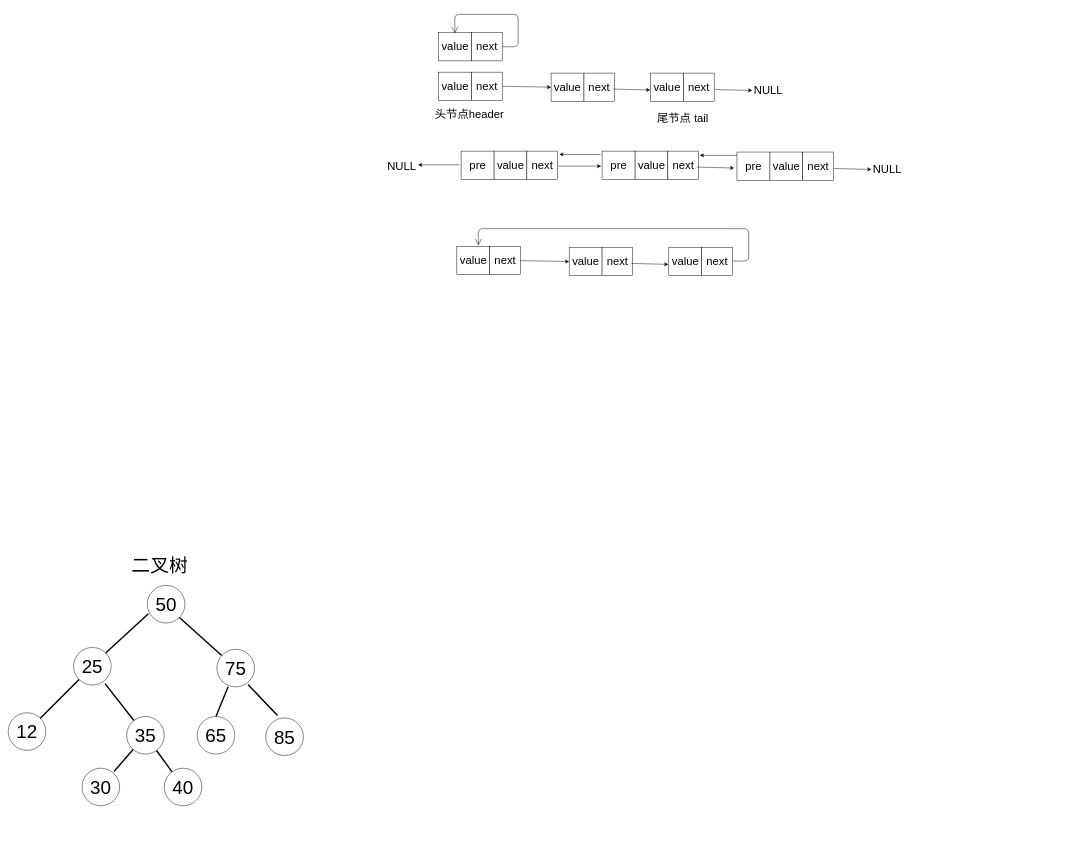
lgjlife/Java-Study keeps this draw.io diagram as pic/算法/struct.drawio. Above is the earlier version. Source tidied: cells renumbered, new cells numbered last; positions are measured from the earlier drawing's top-left corner, leaving out a move shared by most shapes. Both pictures are drawn from the tidied source at 47%, with x=0, y=0 at pixel (8, 14).
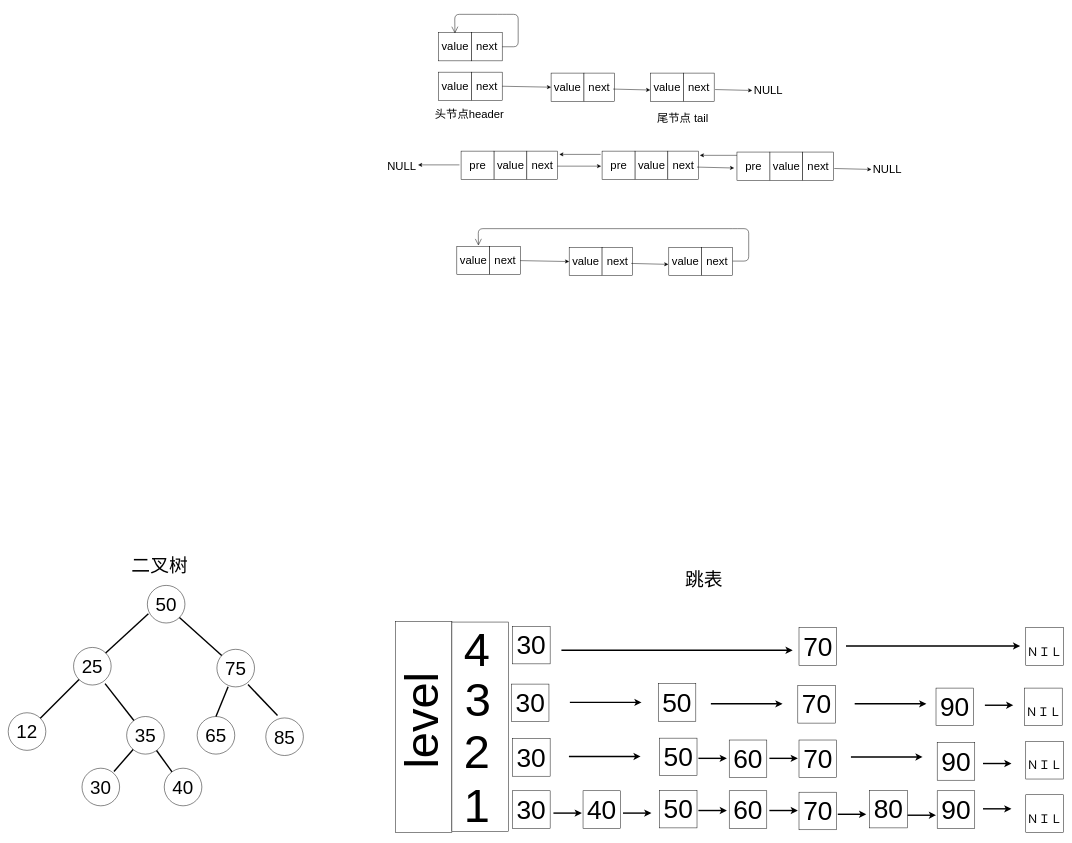
After the change.

The edit, as a diff of the source:
```diff
@@
+    <mxCell id="61" value="跳表" style="text;html=1;align=center;verticalAlign=middle;fontSize=40;fontColor=#000000;" parent="1" vertex="1">
+      <mxGeometry x="1435" y="1176" width="90" height="52" as="geometry" />
+    </mxCell>
+    <mxCell id="62" style="rounded=0;whiteSpace=wrap;html=1;strokeColor=#000000;fillColor=#FFFFFF;fontSize=40;fontColor=#000000;" parent="1" vertex="1">
+      <mxGeometry x="824" y="1291.5" width="120" height="449" as="geometry" />
+    </mxCell>
+    <mxCell id="63" value="level" style="text;html=1;align=center;verticalAlign=middle;fontSize=100;fontColor=#000000;rotation=-90;strokeWidth=9;" parent="1" vertex="1">
+      <mxGeometry x="771" y="1441" width="216" height="124" as="geometry" />
+    </mxCell>
+    <mxCell id="64" style="rounded=0;whiteSpace=wrap;html=1;strokeColor=#000000;fillColor=#FFFFFF;fontSize=40;fontColor=#000000;" parent="1" vertex="1">
+      <mxGeometry x="944" y="1293" width="120" height="446" as="geometry" />
+    </mxCell>
+    <mxCell id="65" value="1" style="text;html=1;align=center;verticalAlign=middle;fontSize=100;fontColor=#000000;" parent="1" vertex="1">
+      <mxGeometry x="964" y="1621" width="66" height="124" as="geometry" />
+    </mxCell>
+    <mxCell id="66" value="2" style="text;html=1;align=center;verticalAlign=middle;fontSize=100;fontColor=#000000;" parent="1" vertex="1">
+      <mxGeometry x="964" y="1507" width="66" height="124" as="geometry" />
+    </mxCell>
+    <mxCell id="67" value="3" style="text;html=1;align=center;verticalAlign=middle;fontSize=100;fontColor=#000000;" parent="1" vertex="1">
+      <mxGeometry x="966" y="1396" width="66" height="124" as="geometry" />
+    </mxCell>
+    <mxCell id="68" value="4" style="text;html=1;align=center;verticalAlign=middle;fontSize=100;fontColor=#000000;" parent="1" vertex="1">
+      <mxGeometry x="964" y="1290" width="66" height="124" as="geometry" />
+    </mxCell>
+    <mxCell id="69" value="30" style="whiteSpace=wrap;html=1;strokeColor=#000000;strokeWidth=1;fillColor=#FFFFFF;fontSize=56;fontColor=#000000;" parent="1" vertex="1">
+      <mxGeometry x="1073" y="1652" width="80" height="80" as="geometry" />
+    </mxCell>
+    <mxCell id="70" value="30" style="whiteSpace=wrap;html=1;strokeColor=#000000;strokeWidth=1;fillColor=#FFFFFF;fontSize=56;fontColor=#000000;" parent="1" vertex="1">
+      <mxGeometry x="1073" y="1302" width="80" height="80" as="geometry" />
+    </mxCell>
+    <mxCell id="71" value="30" style="whiteSpace=wrap;html=1;strokeColor=#000000;strokeWidth=1;fillColor=#FFFFFF;fontSize=56;fontColor=#000000;" parent="1" vertex="1">
+      <mxGeometry x="1070.5" y="1425" width="80" height="80" as="geometry" />
+    </mxCell>
+    <mxCell id="72" value="30" style="whiteSpace=wrap;html=1;strokeColor=#000000;strokeWidth=1;fillColor=#FFFFFF;fontSize=56;fontColor=#000000;" parent="1" vertex="1">
+      <mxGeometry x="1073" y="1541" width="80" height="80" as="geometry" />
+    </mxCell>
+    <mxCell id="73" value="40" style="whiteSpace=wrap;html=1;strokeColor=#000000;strokeWidth=1;fillColor=#FFFFFF;fontSize=56;fontColor=#000000;" parent="1" vertex="1">
+      <mxGeometry x="1223" y="1652" width="80" height="80" as="geometry" />
+    </mxCell>
+    <mxCell id="74" value="50" style="whiteSpace=wrap;html=1;strokeColor=#000000;strokeWidth=1;fillColor=#FFFFFF;fontSize=56;fontColor=#000000;" parent="1" vertex="1">
+      <mxGeometry x="1385.5" y="1651" width="80" height="80" as="geometry" />
+    </mxCell>
+    <mxCell id="75" value="50" style="whiteSpace=wrap;html=1;strokeColor=#000000;strokeWidth=1;fillColor=#FFFFFF;fontSize=56;fontColor=#000000;" parent="1" vertex="1">
+      <mxGeometry x="1383" y="1424" width="80" height="80" as="geometry" />
+    </mxCell>
+    <mxCell id="76" value="50" style="whiteSpace=wrap;html=1;strokeColor=#000000;strokeWidth=1;fillColor=#FFFFFF;fontSize=56;fontColor=#000000;" parent="1" vertex="1">
+      <mxGeometry x="1385.5" y="1540" width="80" height="80" as="geometry" />
+    </mxCell>
+    <mxCell id="77" value="70" style="whiteSpace=wrap;html=1;strokeColor=#000000;strokeWidth=1;fillColor=#FFFFFF;fontSize=56;fontColor=#000000;" parent="1" vertex="1">
+      <mxGeometry x="1682.5" y="1655" width="80" height="80" as="geometry" />
+    </mxCell>
+    <mxCell id="78" value="70" style="whiteSpace=wrap;html=1;strokeColor=#000000;strokeWidth=1;fillColor=#FFFFFF;fontSize=56;fontColor=#000000;" parent="1" vertex="1">
+      <mxGeometry x="1682.5" y="1305" width="80" height="80" as="geometry" />
+    </mxCell>
+    <mxCell id="79" value="70" style="whiteSpace=wrap;html=1;strokeColor=#000000;strokeWidth=1;fillColor=#FFFFFF;fontSize=56;fontColor=#000000;" parent="1" vertex="1">
+      <mxGeometry x="1680" y="1428" width="80" height="80" as="geometry" />
+    </mxCell>
+    <mxCell id="80" value="70" style="whiteSpace=wrap;html=1;strokeColor=#000000;strokeWidth=1;fillColor=#FFFFFF;fontSize=56;fontColor=#000000;" parent="1" vertex="1">
+      <mxGeometry x="1682.5" y="1544" width="80" height="80" as="geometry" />
+    </mxCell>
+    <mxCell id="81" value="90" style="whiteSpace=wrap;html=1;strokeColor=#000000;strokeWidth=1;fillColor=#FFFFFF;fontSize=56;fontColor=#000000;" parent="1" vertex="1">
+      <mxGeometry x="1976.5" y="1652" width="80" height="80" as="geometry" />
+    </mxCell>
+    <mxCell id="82" value="90" style="whiteSpace=wrap;html=1;strokeColor=#000000;strokeWidth=1;fillColor=#FFFFFF;fontSize=56;fontColor=#000000;" parent="1" vertex="1">
+      <mxGeometry x="1974" y="1433.5" width="80" height="80" as="geometry" />
+    </mxCell>
+    <mxCell id="83" value="90" style="whiteSpace=wrap;html=1;strokeColor=#000000;strokeWidth=1;fillColor=#FFFFFF;fontSize=56;fontColor=#000000;" parent="1" vertex="1">
+      <mxGeometry x="1976.5" y="1549.5" width="80" height="80" as="geometry" />
+    </mxCell>
+    <mxCell id="84" value="60" style="whiteSpace=wrap;html=1;strokeColor=#000000;strokeWidth=1;fillColor=#FFFFFF;fontSize=56;fontColor=#000000;" parent="1" vertex="1">
+      <mxGeometry x="1534" y="1652" width="80" height="80" as="geometry" />
+    </mxCell>
+    <mxCell id="85" value="80" style="whiteSpace=wrap;html=1;strokeColor=#000000;strokeWidth=1;fillColor=#FFFFFF;fontSize=56;fontColor=#000000;" parent="1" vertex="1">
+      <mxGeometry x="1833" y="1651" width="80" height="80" as="geometry" />
+    </mxCell>
+    <mxCell id="86" value="60" style="whiteSpace=wrap;html=1;strokeColor=#000000;strokeWidth=1;fillColor=#FFFFFF;fontSize=56;fontColor=#000000;" parent="1" vertex="1">
+      <mxGeometry x="1534" y="1544" width="80" height="80" as="geometry" />
+    </mxCell>
+    <mxCell id="87" value="&lt;font style=&quot;font-size: 25px&quot;&gt;ＮＩＬ&lt;/font&gt;" style="whiteSpace=wrap;html=1;strokeColor=#000000;strokeWidth=1;fillColor=#FFFFFF;fontSize=56;fontColor=#000000;" parent="1" vertex="1">
+      <mxGeometry x="2165" y="1305" width="80" height="80" as="geometry" />
+    </mxCell>
+    <mxCell id="88" value="&lt;font style=&quot;font-size: 25px&quot;&gt;ＮＩＬ&lt;/font&gt;" style="whiteSpace=wrap;html=1;strokeColor=#000000;strokeWidth=1;fillColor=#FFFFFF;fontSize=56;fontColor=#000000;" parent="1" vertex="1">
+      <mxGeometry x="2165" y="1547" width="80" height="80" as="geometry" />
+    </mxCell>
+    <mxCell id="89" value="&lt;font style=&quot;font-size: 25px&quot;&gt;ＮＩＬ&lt;/font&gt;" style="whiteSpace=wrap;html=1;strokeColor=#000000;strokeWidth=1;fillColor=#FFFFFF;fontSize=56;fontColor=#000000;" parent="1" vertex="1">
+      <mxGeometry x="2162.5" y="1433.5" width="80" height="80" as="geometry" />
+    </mxCell>
+    <mxCell id="90" value="&lt;font style=&quot;font-size: 25px&quot;&gt;ＮＩＬ&lt;/font&gt;" style="whiteSpace=wrap;html=1;strokeColor=#000000;strokeWidth=1;fillColor=#FFFFFF;fontSize=56;fontColor=#000000;" parent="1" vertex="1">
+      <mxGeometry x="2165" y="1660.5" width="80" height="80" as="geometry" />
+    </mxCell>
+    <mxCell id="91" style="endArrow=classic;html=1;strokeColor=#000000;strokeWidth=3;fontSize=56;fontColor=#000000;" parent="1" edge="1">
+      <mxGeometry relative="1" as="geometry">
+        <mxPoint x="1793" y="1580" as="sourcePoint" />
+        <mxPoint x="1945.5" y="1580" as="targetPoint" />
+      </mxGeometry>
+    </mxCell>
+    <mxCell id="92" style="endArrow=classic;html=1;strokeColor=#000000;strokeWidth=3;fontSize=56;fontColor=#000000;" parent="1" edge="1">
+      <mxGeometry relative="1" as="geometry">
+        <mxPoint x="2074" y="1690.4" as="sourcePoint" />
+        <mxPoint x="2134.5" y="1690.4" as="targetPoint" />
+      </mxGeometry>
+    </mxCell>
+    <mxCell id="93" style="endArrow=classic;html=1;strokeColor=#000000;strokeWidth=3;fontSize=56;fontColor=#000000;" parent="1" edge="1">
+      <mxGeometry relative="1" as="geometry">
+        <mxPoint x="1913.5" y="1704" as="sourcePoint" />
+        <mxPoint x="1974" y="1704" as="targetPoint" />
+      </mxGeometry>
+    </mxCell>
+    <mxCell id="94" style="endArrow=classic;html=1;strokeColor=#000000;strokeWidth=3;fontSize=56;fontColor=#000000;" parent="1" edge="1">
+      <mxGeometry relative="1" as="geometry">
+        <mxPoint x="1765" y="1702" as="sourcePoint" />
+        <mxPoint x="1825.5" y="1702" as="targetPoint" />
+      </mxGeometry>
+    </mxCell>
+    <mxCell id="95" style="endArrow=classic;html=1;strokeColor=#000000;strokeWidth=3;fontSize=56;fontColor=#000000;" parent="1" edge="1">
+      <mxGeometry relative="1" as="geometry">
+        <mxPoint x="1619.5" y="1694" as="sourcePoint" />
+        <mxPoint x="1680" y="1694" as="targetPoint" />
+      </mxGeometry>
+    </mxCell>
+    <mxCell id="96" style="endArrow=classic;html=1;strokeColor=#000000;strokeWidth=3;fontSize=56;fontColor=#000000;" parent="1" edge="1">
+      <mxGeometry relative="1" as="geometry">
+        <mxPoint x="1468.5" y="1694" as="sourcePoint" />
+        <mxPoint x="1529" y="1694" as="targetPoint" />
+      </mxGeometry>
+    </mxCell>
+    <mxCell id="97" style="endArrow=classic;html=1;strokeColor=#000000;strokeWidth=3;fontSize=56;fontColor=#000000;" parent="1" edge="1">
+      <mxGeometry relative="1" as="geometry">
+        <mxPoint x="1308" y="1699.5" as="sourcePoint" />
+        <mxPoint x="1368.5" y="1699.5" as="targetPoint" />
+      </mxGeometry>
+    </mxCell>
+    <mxCell id="98" style="endArrow=classic;html=1;strokeColor=#000000;strokeWidth=3;fontSize=56;fontColor=#000000;" parent="1" edge="1">
+      <mxGeometry relative="1" as="geometry">
+        <mxPoint x="1160" y="1699.5" as="sourcePoint" />
+        <mxPoint x="1220.5" y="1699.5" as="targetPoint" />
+      </mxGeometry>
+    </mxCell>
+    <mxCell id="99" style="endArrow=classic;html=1;strokeColor=#000000;strokeWidth=3;fontSize=56;fontColor=#000000;" parent="1" edge="1">
+      <mxGeometry relative="1" as="geometry">
+        <mxPoint x="1495" y="1467" as="sourcePoint" />
+        <mxPoint x="1647.5" y="1467" as="targetPoint" />
+      </mxGeometry>
+    </mxCell>
+    <mxCell id="100" style="endArrow=classic;html=1;strokeColor=#000000;strokeWidth=3;fontSize=56;fontColor=#000000;" parent="1" edge="1">
+      <mxGeometry relative="1" as="geometry">
+        <mxPoint x="1195" y="1464" as="sourcePoint" />
+        <mxPoint x="1347.5" y="1464" as="targetPoint" />
+      </mxGeometry>
+    </mxCell>
+    <mxCell id="101" style="endArrow=classic;html=1;strokeColor=#000000;strokeWidth=3;fontSize=56;fontColor=#000000;" parent="1" edge="1">
+      <mxGeometry relative="1" as="geometry">
+        <mxPoint x="1193" y="1579" as="sourcePoint" />
+        <mxPoint x="1345.5" y="1579" as="targetPoint" />
+      </mxGeometry>
+    </mxCell>
+    <mxCell id="102" style="endArrow=classic;html=1;strokeColor=#000000;strokeWidth=3;fontSize=56;fontColor=#000000;" parent="1" edge="1">
+      <mxGeometry relative="1" as="geometry">
+        <mxPoint x="1177" y="1353" as="sourcePoint" />
+        <mxPoint x="1669" y="1353" as="targetPoint" />
+      </mxGeometry>
+    </mxCell>
+    <mxCell id="103" style="endArrow=classic;html=1;strokeColor=#000000;strokeWidth=3;fontSize=56;fontColor=#000000;" parent="1" edge="1">
+      <mxGeometry relative="1" as="geometry">
+        <mxPoint x="1801" y="1467" as="sourcePoint" />
+        <mxPoint x="1953.5" y="1467" as="targetPoint" />
+      </mxGeometry>
+    </mxCell>
+    <mxCell id="104" style="endArrow=classic;html=1;strokeColor=#000000;strokeWidth=3;fontSize=56;fontColor=#000000;" parent="1" edge="1">
+      <mxGeometry relative="1" as="geometry">
+        <mxPoint x="1782.5" y="1344" as="sourcePoint" />
+        <mxPoint x="2153" y="1344" as="targetPoint" />
+      </mxGeometry>
+    </mxCell>
+    <mxCell id="105" style="endArrow=classic;html=1;strokeColor=#000000;strokeWidth=3;fontSize=56;fontColor=#000000;" parent="1" edge="1">
+      <mxGeometry relative="1" as="geometry">
+        <mxPoint x="1619.5" y="1583" as="sourcePoint" />
+        <mxPoint x="1680" y="1583" as="targetPoint" />
+      </mxGeometry>
+    </mxCell>
+    <mxCell id="106" style="endArrow=classic;html=1;strokeColor=#000000;strokeWidth=3;fontSize=56;fontColor=#000000;" parent="1" edge="1">
+      <mxGeometry relative="1" as="geometry">
+        <mxPoint x="2078" y="1470" as="sourcePoint" />
+        <mxPoint x="2138.5" y="1470" as="targetPoint" />
+      </mxGeometry>
+    </mxCell>
+    <mxCell id="107" style="endArrow=classic;html=1;strokeColor=#000000;strokeWidth=3;fontSize=56;fontColor=#000000;" parent="1" edge="1">
+      <mxGeometry relative="1" as="geometry">
+        <mxPoint x="2074" y="1594" as="sourcePoint" />
+        <mxPoint x="2134.5" y="1594" as="targetPoint" />
+      </mxGeometry>
+    </mxCell>
+    <mxCell id="108" style="endArrow=classic;html=1;strokeColor=#000000;strokeWidth=3;fontSize=56;fontColor=#000000;" parent="1" edge="1">
+      <mxGeometry relative="1" as="geometry">
+        <mxPoint x="1468.5" y="1583" as="sourcePoint" />
+        <mxPoint x="1529" y="1583" as="targetPoint" />
+      </mxGeometry>
+    </mxCell>
```
